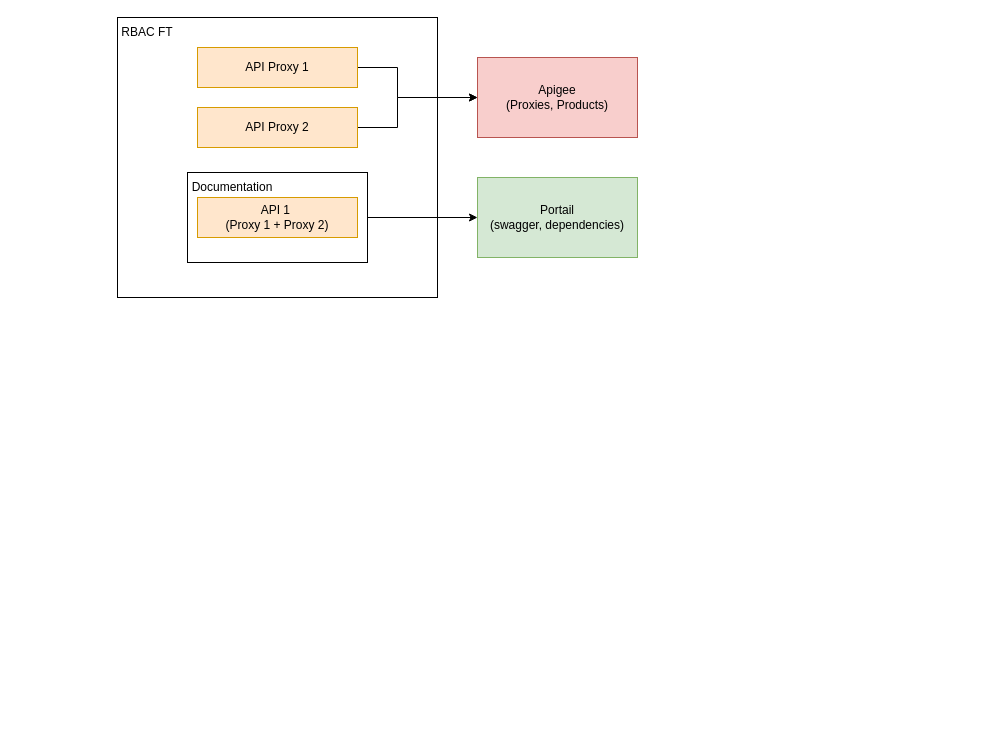
The draw.io diagram page "Page-6" (6 of 6) of Pronovix-cicd-implementation.drawio in 41M3/draw.io, before the edit. Source tidied: cells renumbered, new cells numbered last; positions are measured from the earlier drawing's top-left corner, leaving out a move shared by most shapes. Both pictures are drawn from the tidied source at 100%, with x=0, y=0 at pixel (117, 17). Pictures stored in the file or linked from it are replaced by grey dashed boxes.
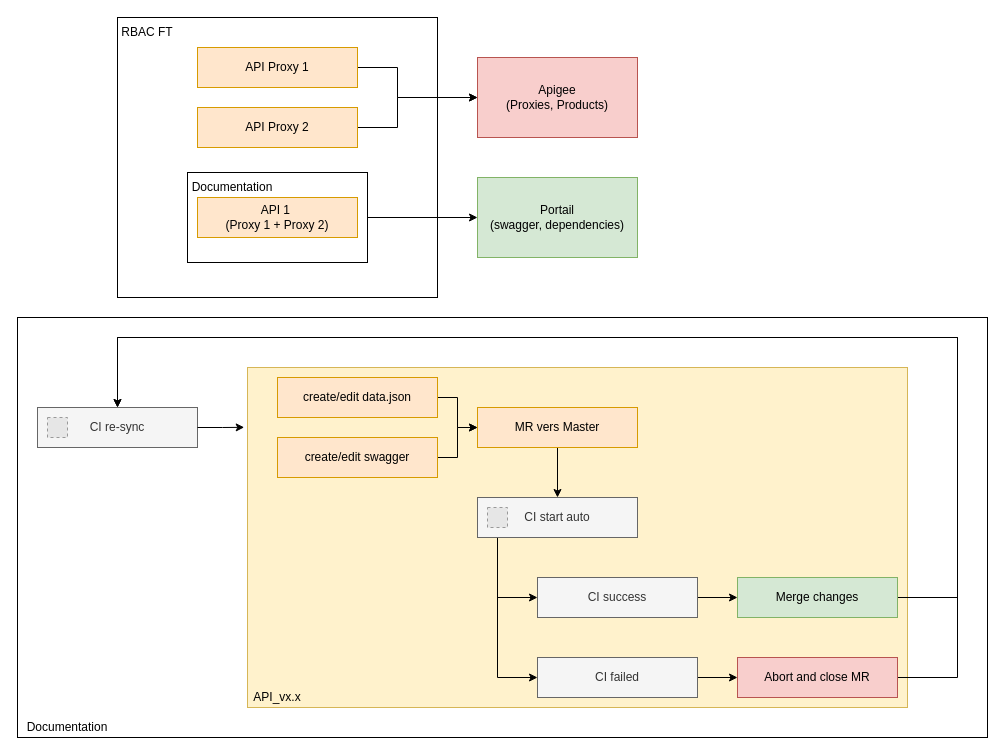
After the change.

Commit message:
Mettre à jour Pronovix-cicd-implementation.drawio

Change to the diagram source:
```diff
@@
+    <mxCell id="14" style="rounded=0;whiteSpace=wrap;html=1;" parent="1" vertex="1">
+      <mxGeometry x="-100" y="300" width="970" height="420" as="geometry" />
+    </mxCell>
+    <mxCell id="15" style="rounded=0;whiteSpace=wrap;html=1;fillColor=#fff2cc;strokeColor=#d6b656;" parent="1" vertex="1">
+      <mxGeometry x="130" y="350" width="660" height="340" as="geometry" />
+    </mxCell>
@@
+    <mxCell id="16" style="edgeStyle=orthogonalEdgeStyle;rounded=0;jettySize=auto;html=1;" parent="1" edge="1" source="32" target="19">
+      <mxGeometry relative="1" as="geometry" />
+    </mxCell>
+    <mxCell id="17" style="edgeStyle=orthogonalEdgeStyle;rounded=0;jettySize=auto;html=1;entryX=0;entryY=0.5;entryDx=0;entryDy=0;" parent="1" edge="1" source="33" target="19">
+      <mxGeometry relative="1" as="geometry" />
+    </mxCell>
+    <mxCell id="18" style="edgeStyle=orthogonalEdgeStyle;rounded=0;jettySize=auto;html=1;entryX=0.5;entryY=0;entryDx=0;entryDy=0;" parent="1" edge="1" source="19" target="31">
+      <mxGeometry relative="1" as="geometry" />
+    </mxCell>
+    <mxCell id="19" value="MR vers Master" style="rounded=0;whiteSpace=wrap;html=1;fillColor=#ffe6cc;strokeColor=#d79b00;" parent="1" vertex="1">
+      <mxGeometry x="360" y="390" width="160" height="40" as="geometry" />
+    </mxCell>
+    <mxCell id="20" style="edgeStyle=orthogonalEdgeStyle;rounded=0;jettySize=auto;html=1;entryX=0;entryY=0.5;entryDx=0;entryDy=0;" parent="1" edge="1" source="21" target="25">
+      <mxGeometry relative="1" as="geometry" />
+    </mxCell>
+    <mxCell id="21" value="CI success" style="rounded=0;whiteSpace=wrap;html=1;fillColor=#f5f5f5;strokeColor=#666666;fontColor=#333333;" parent="1" vertex="1">
+      <mxGeometry x="420" y="560" width="160" height="40" as="geometry" />
+    </mxCell>
+    <mxCell id="22" style="edgeStyle=orthogonalEdgeStyle;rounded=0;jettySize=auto;html=1;" parent="1" edge="1" source="23" target="27">
+      <mxGeometry relative="1" as="geometry" />
+    </mxCell>
+    <mxCell id="23" value="CI failed" style="rounded=0;whiteSpace=wrap;html=1;fillColor=#f5f5f5;strokeColor=#666666;fontColor=#333333;" parent="1" vertex="1">
+      <mxGeometry x="420" y="640" width="160" height="40" as="geometry" />
+    </mxCell>
+    <mxCell id="24" style="edgeStyle=orthogonalEdgeStyle;rounded=0;jettySize=auto;html=1;entryX=0.5;entryY=0;entryDx=0;entryDy=0;" parent="1" edge="1" source="25" target="28">
+      <mxGeometry relative="1" as="geometry">
+        <Array as="points">
+          <mxPoint x="840" y="580" />
+          <mxPoint x="840" y="320" />
+          <mxPoint y="320" />
+        </Array>
+      </mxGeometry>
+    </mxCell>
+    <mxCell id="25" value="Merge changes" style="rounded=0;whiteSpace=wrap;html=1;fillColor=#d5e8d4;strokeColor=#82b366;" parent="1" vertex="1">
+      <mxGeometry x="620" y="560" width="160" height="40" as="geometry" />
+    </mxCell>
+    <mxCell id="26" style="edgeStyle=orthogonalEdgeStyle;rounded=0;jettySize=auto;html=1;entryX=0.5;entryY=0;entryDx=0;entryDy=0;" parent="1" edge="1" source="27" target="28">
+      <mxGeometry relative="1" as="geometry">
+        <Array as="points">
+          <mxPoint x="840" y="660" />
+          <mxPoint x="840" y="320" />
+          <mxPoint y="320" />
+        </Array>
+      </mxGeometry>
+    </mxCell>
+    <mxCell id="27" value="Abort and close MR" style="rounded=0;whiteSpace=wrap;html=1;fillColor=#f8cecc;strokeColor=#b85450;" parent="1" vertex="1">
+      <mxGeometry x="620" y="640" width="160" height="40" as="geometry" />
+    </mxCell>
+    <mxCell id="28" value="CI re-sync" style="rounded=0;whiteSpace=wrap;html=1;fillColor=#f5f5f5;strokeColor=#666666;fontColor=#333333;" parent="1" vertex="1">
+      <mxGeometry x="-80" y="390" width="160" height="40" as="geometry" />
+    </mxCell>
+    <mxCell id="29" style="edgeStyle=orthogonalEdgeStyle;rounded=0;jettySize=auto;html=1;entryX=0;entryY=0.5;entryDx=0;entryDy=0;" parent="1" edge="1" source="31" target="23">
+      <mxGeometry relative="1" as="geometry">
+        <Array as="points">
+          <mxPoint x="380" y="660" />
+        </Array>
+      </mxGeometry>
+    </mxCell>
+    <mxCell id="30" style="edgeStyle=orthogonalEdgeStyle;rounded=0;jettySize=auto;html=1;entryX=0;entryY=0.5;entryDx=0;entryDy=0;" parent="1" edge="1" source="31" target="21">
+      <mxGeometry relative="1" as="geometry">
+        <Array as="points">
+          <mxPoint x="380" y="580" />
+        </Array>
+      </mxGeometry>
+    </mxCell>
+    <mxCell id="31" value="CI start auto" style="rounded=0;whiteSpace=wrap;html=1;fillColor=#f5f5f5;strokeColor=#666666;fontColor=#333333;" parent="1" vertex="1">
+      <mxGeometry x="360" y="480" width="160" height="40" as="geometry" />
+    </mxCell>
+    <mxCell id="32" value="create/edit data.json" style="rounded=0;whiteSpace=wrap;html=1;fillColor=#ffe6cc;strokeColor=#d79b00;" parent="1" vertex="1">
+      <mxGeometry x="160" y="360" width="160" height="40" as="geometry" />
+    </mxCell>
+    <mxCell id="33" value="create/edit swagger" style="rounded=0;whiteSpace=wrap;html=1;fillColor=#ffe6cc;strokeColor=#d79b00;" parent="1" vertex="1">
+      <mxGeometry x="160" y="420" width="160" height="40" as="geometry" />
+    </mxCell>
+    <mxCell id="34" value="API_vx.x" style="text;html=1;align=center;verticalAlign=middle;whiteSpace=wrap;rounded=0;rotation=0;" parent="1" vertex="1">
+      <mxGeometry x="130" y="670" width="60" height="20" as="geometry" />
+    </mxCell>
+    <mxCell id="35" style="fillColor=#E6E6E6;strokeColor=#999999;dashed=1;verticalLabelPosition=bottom;labelBackgroundColor=default;verticalAlign=top;fontColor=#7F00FF;" parent="1" vertex="1">
+      <mxGeometry x="370" y="490" width="20" height="20" as="geometry" />
+    </mxCell>
+    <mxCell id="36" style="fillColor=#E6E6E6;strokeColor=#999999;dashed=1;verticalLabelPosition=bottom;labelBackgroundColor=default;verticalAlign=top;fontColor=#7F00FF;" parent="1" vertex="1">
+      <mxGeometry x="-70" y="400" width="20" height="20" as="geometry" />
+    </mxCell>
+    <mxCell id="37" style="edgeStyle=orthogonalEdgeStyle;rounded=0;jettySize=auto;html=1;entryX=-0.005;entryY=0.176;entryDx=0;entryDy=0;entryPerimeter=0;" parent="1" edge="1" source="28" target="15">
+      <mxGeometry relative="1" as="geometry" />
+    </mxCell>
+    <mxCell id="38" value="Documentation" style="text;html=1;align=center;verticalAlign=middle;whiteSpace=wrap;rounded=0;rotation=0;" parent="1" vertex="1">
+      <mxGeometry x="-80" y="700" width="60" height="20" as="geometry" />
+    </mxCell>
```
